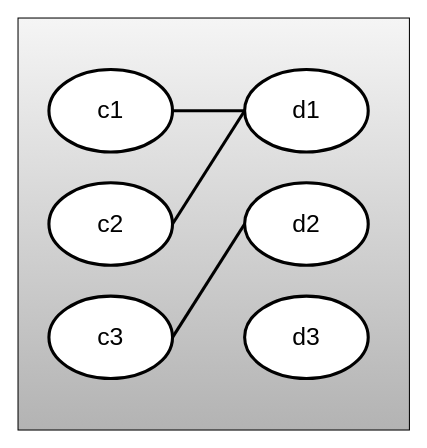
The draw.io diagram doc/one-to-many.drawio in devel0/skeleton-netcore-ef-code-first, before the edit. Source tidied: cells renumbered, new cells numbered last; positions are measured from the earlier drawing's top-left corner, leaving out a move shared by most shapes. Both pictures are drawn from the tidied source at 103%, with x=0, y=0 at pixel (18, 18).
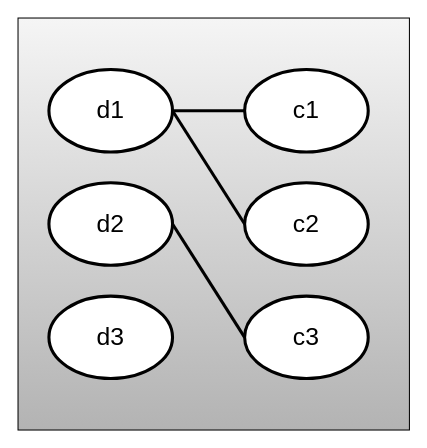
Above is the later version.

Change to the diagram source:
```diff
@@
 <mxGraphModel>
   <root>
     <mxCell id="0" />
     <mxCell id="1" parent="0" />
     <mxCell id="2" style="rounded=0;whiteSpace=wrap;html=1;fillColor=#f5f5f5;gradientColor=#b3b3b3;strokeColor=#000000;" parent="1" vertex="1">
       <mxGeometry width="380" height="400" as="geometry" />
     </mxCell>
-    <mxCell id="3" style="edgeStyle=none;html=1;exitX=1;exitY=0.5;exitDx=0;exitDy=0;entryX=0;entryY=0.5;entryDx=0;entryDy=0;strokeColor=#000000;fontSize=24;strokeWidth=3;endArrow=none;endFill=0;" parent="1" edge="1" source="10" target="7">
+    <mxCell id="3" style="edgeStyle=none;html=1;exitX=0;exitY=0.5;exitDx=0;exitDy=0;entryX=1;entryY=0.5;entryDx=0;entryDy=0;strokeColor=#000000;fontSize=24;strokeWidth=3;endArrow=none;endFill=0;" parent="1" edge="1" source="10" target="7">
       <mxGeometry relative="1" as="geometry" />
     </mxCell>
     <mxCell id="4" value="c2" style="ellipse;whiteSpace=wrap;html=1;strokeColor=#000000;fontSize=24;strokeWidth=3;" parent="1" vertex="1">
-      <mxGeometry x="30" y="160" width="120" height="80" as="geometry" />
+      <mxGeometry x="220" y="160" width="120" height="80" as="geometry" />
     </mxCell>
-    <mxCell id="5" style="edgeStyle=none;html=1;exitX=1;exitY=0.5;exitDx=0;exitDy=0;entryX=0;entryY=0.5;entryDx=0;entryDy=0;strokeColor=#000000;fontSize=24;strokeWidth=3;endArrow=none;endFill=0;" parent="1" edge="1" source="4" target="7">
+    <mxCell id="5" style="edgeStyle=none;html=1;exitX=0;exitY=0.5;exitDx=0;exitDy=0;entryX=1;entryY=0.5;entryDx=0;entryDy=0;strokeColor=#000000;fontSize=24;strokeWidth=3;endArrow=none;endFill=0;" parent="1" edge="1" source="4" target="7">
       <mxGeometry relative="1" as="geometry" />
     </mxCell>
     <mxCell id="6" value="c3" style="ellipse;whiteSpace=wrap;html=1;strokeColor=#000000;fontSize=24;strokeWidth=3;" parent="1" vertex="1">
-      <mxGeometry x="30" y="270" width="120" height="80" as="geometry" />
+      <mxGeometry x="220" y="270" width="120" height="80" as="geometry" />
     </mxCell>
     <mxCell id="7" value="d1" style="ellipse;whiteSpace=wrap;html=1;strokeColor=#000000;fontSize=24;strokeWidth=3;" parent="1" vertex="1">
-      <mxGeometry x="220" y="50" width="120" height="80" as="geometry" />
+      <mxGeometry x="30" y="50" width="120" height="80" as="geometry" />
     </mxCell>
     <mxCell id="8" value="d2" style="ellipse;whiteSpace=wrap;html=1;strokeColor=#000000;fontSize=24;strokeWidth=3;" parent="1" vertex="1">
-      <mxGeometry x="220" y="160" width="120" height="80" as="geometry" />
+      <mxGeometry x="30" y="160" width="120" height="80" as="geometry" />
     </mxCell>
     <mxCell id="9" value="d3" style="ellipse;whiteSpace=wrap;html=1;strokeColor=#000000;fontSize=24;strokeWidth=3;" parent="1" vertex="1">
-      <mxGeometry x="220" y="270" width="120" height="80" as="geometry" />
+      <mxGeometry x="30" y="270" width="120" height="80" as="geometry" />
     </mxCell>
     <mxCell id="10" value="c1" style="ellipse;whiteSpace=wrap;html=1;strokeColor=#000000;fontSize=24;strokeWidth=3;" parent="1" vertex="1">
-      <mxGeometry x="30" y="50" width="120" height="80" as="geometry" />
+      <mxGeometry x="220" y="50" width="120" height="80" as="geometry" />
     </mxCell>
-    <mxCell id="11" style="edgeStyle=none;html=1;exitX=1;exitY=0.5;exitDx=0;exitDy=0;entryX=0;entryY=0.5;entryDx=0;entryDy=0;strokeColor=#000000;fontSize=24;strokeWidth=3;endArrow=none;endFill=0;" parent="1" edge="1" source="6" target="8">
+    <mxCell id="11" style="edgeStyle=none;html=1;exitX=0;exitY=0.5;exitDx=0;exitDy=0;entryX=1;entryY=0.5;entryDx=0;entryDy=0;strokeColor=#000000;fontSize=24;strokeWidth=3;endArrow=none;endFill=0;" parent="1" edge="1" source="6" target="8">
       <mxGeometry relative="1" as="geometry" />
     </mxCell>
   </root>
 </mxGraphModel>
```
